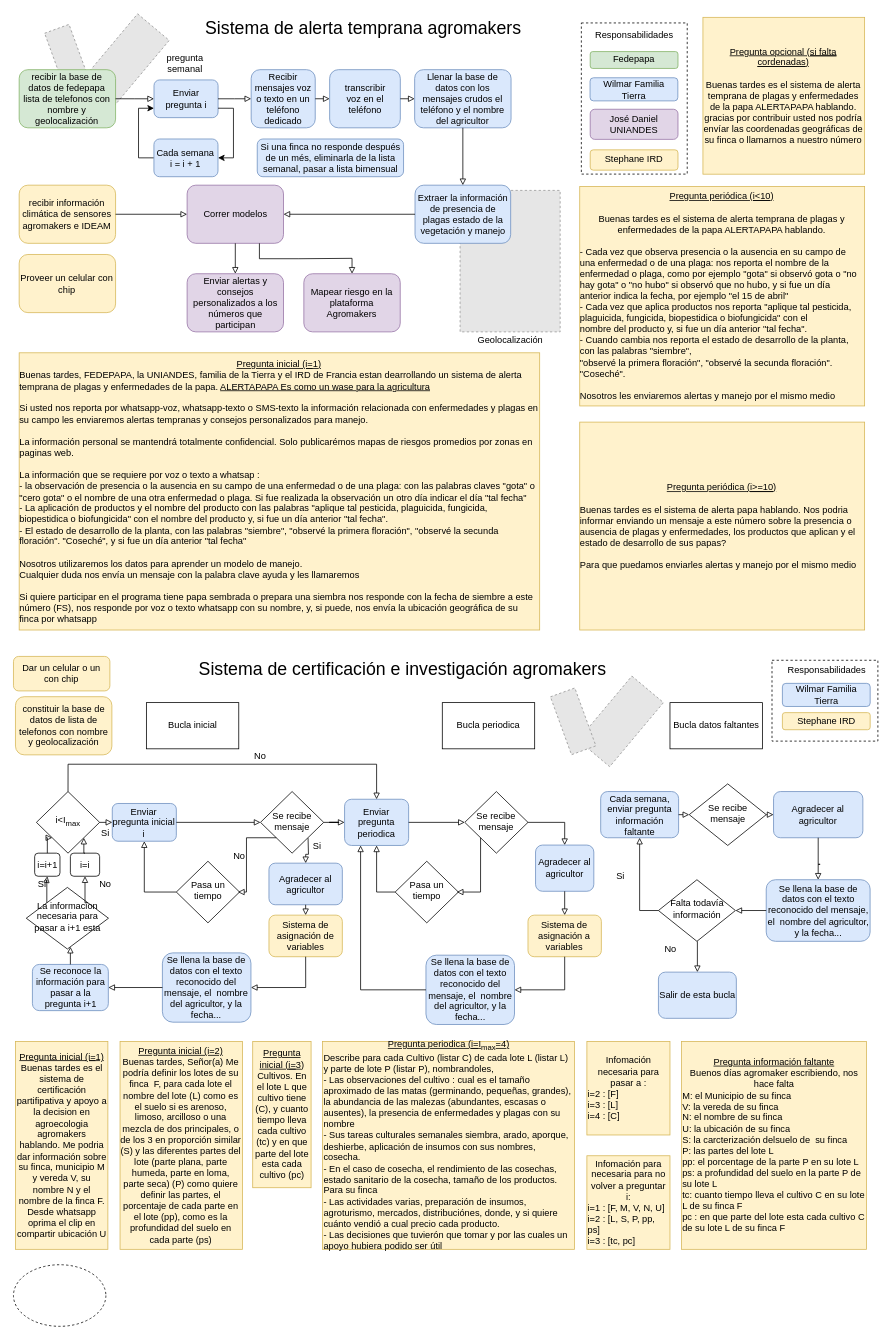
stdupas/agromakersPorVoz keeps this draw.io diagram as AgromakersDataSemanal.drawio. Above is the earlier version. Source tidied: cells renumbered, new cells numbered last; positions are measured from the earlier drawing's top-left corner, leaving out a move shared by most shapes. Both pictures are drawn from the tidied source at 77%, with x=0, y=0 at pixel (13, 17). Pictures stored in the file or linked from it are replaced by grey dashed boxes.
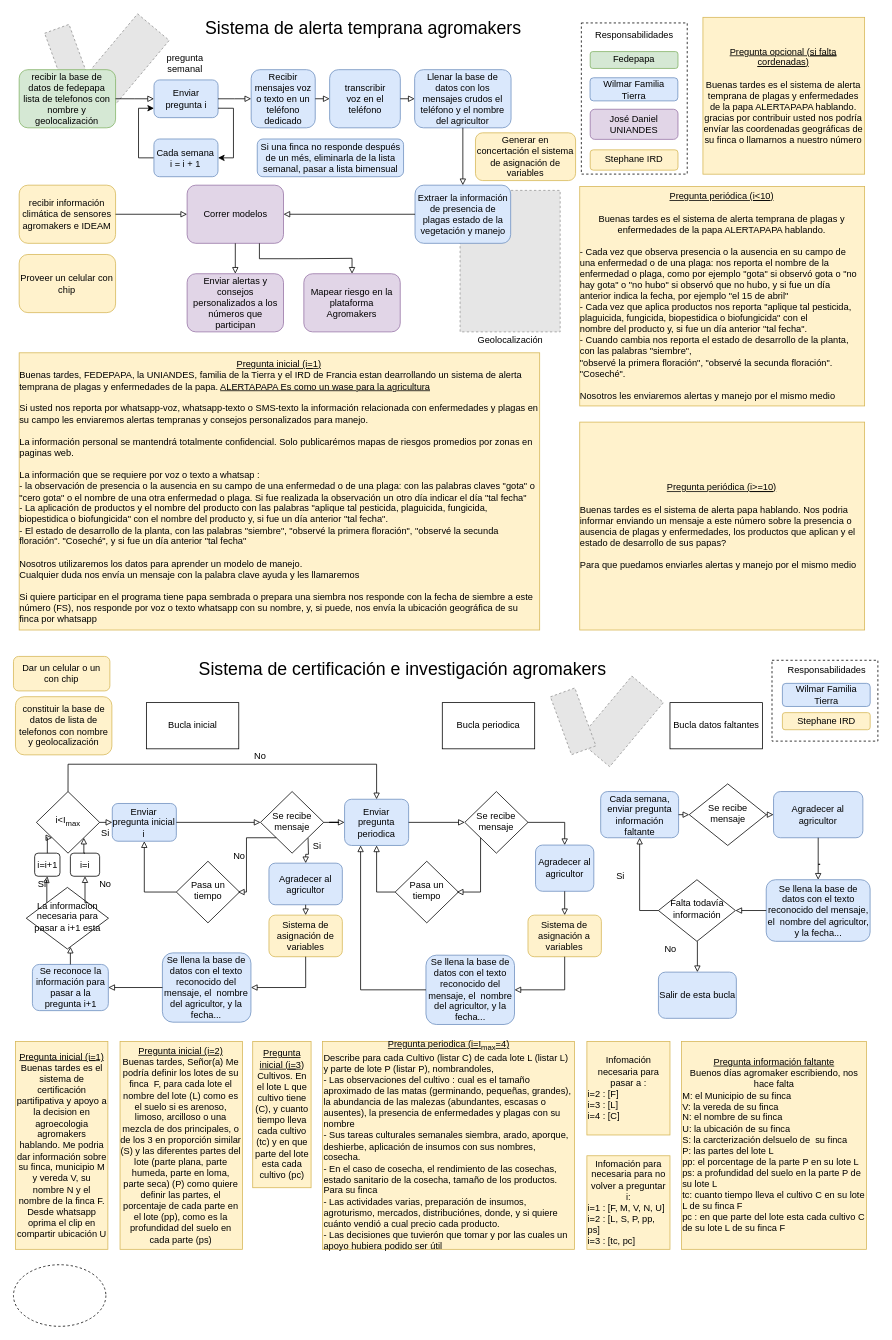
The same diagram, later.

The edit, as a diff of the source:
```diff
@@
+    <mxCell id="123" value="Generar en concertación el sistema de asignación de variables" style="rounded=1;whiteSpace=wrap;html=1;fillColor=#fff2cc;strokeColor=#d6b656;" parent="1" vertex="1">
+      <mxGeometry x="600" y="150" width="130" height="62" as="geometry" />
+    </mxCell>
```
